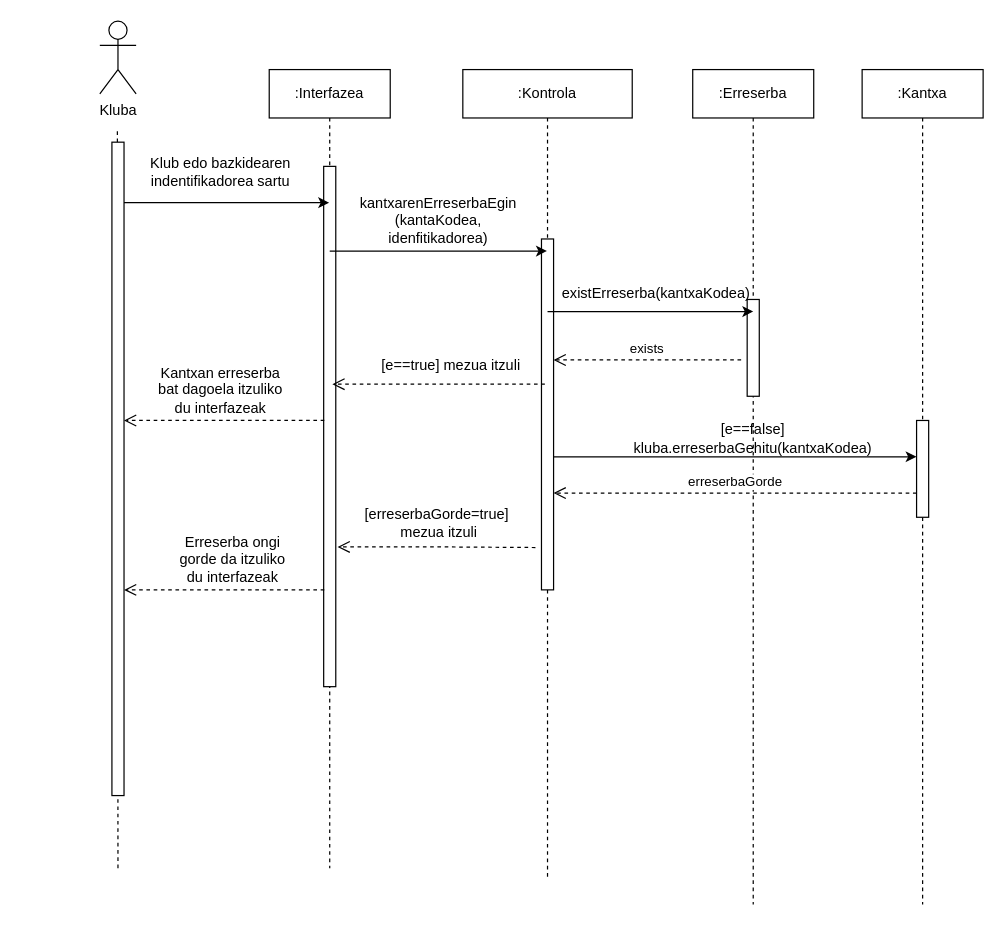
Earlier version of the draw.io diagram C#/Diagramak/C_SekuentziaDiagrama1.drawio (iguisado228/3Erronka). Source tidied: cells renumbered, new cells numbered last; positions are measured from the earlier drawing's top-left corner, leaving out a move shared by most shapes. Both pictures are drawn from the tidied source at 121%, with x=0, y=0 at pixel (99, 21).
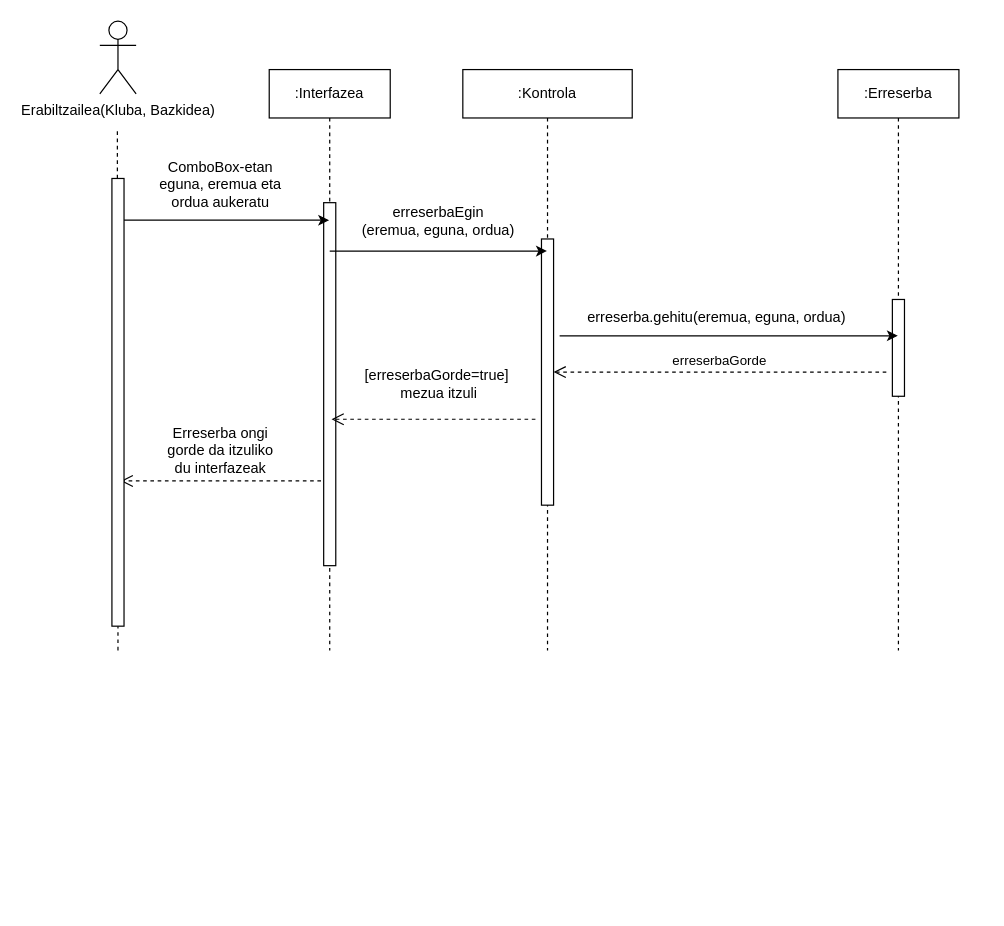
Above is the later version.

What changed in the source:
```diff
@@
     <mxCell id="2" value=":Interfazea" style="shape=umlLifeline;perimeter=lifelinePerimeter;whiteSpace=wrap;html=1;outlineConnect=0;portConstraint=eastwest;newEdgeStyle={&quot;curved&quot;:0,&quot;rounded&quot;:0};" parent="1" vertex="1">
-      <mxGeometry x="140" y="40" width="100" height="660" as="geometry" />
+      <mxGeometry x="140" y="40" width="100" height="480" as="geometry" />
     </mxCell>
     <mxCell id="3" style="html=1;perimeter=orthogonalPerimeter;targetShapes=umlLifeline;newEdgeStyle={&quot;curved&quot;:0,&quot;rounded&quot;:0};" parent="2" vertex="1">
-      <mxGeometry x="45" y="80" width="10" height="430" as="geometry" />
+      <mxGeometry x="45" y="110" width="10" height="300" as="geometry" />
     </mxCell>
     <mxCell id="4" value=":Kontrola" style="shape=umlLifeline;perimeter=lifelinePerimeter;whiteSpace=wrap;html=1;outlineConnect=0;portConstraint=eastwest;newEdgeStyle={&quot;curved&quot;:0,&quot;rounded&quot;:0};" parent="1" vertex="1">
-      <mxGeometry x="300" y="40" width="140" height="670" as="geometry" />
+      <mxGeometry x="300" y="40" width="140" height="480" as="geometry" />
     </mxCell>
     <mxCell id="5" style="html=1;points=[[0,0,0,0,5],[0,1,0,0,-5],[1,0,0,0,5],[1,1,0,0,-5]];perimeter=orthogonalPerimeter;outlineConnect=0;targetShapes=umlLifeline;portConstraint=eastwest;newEdgeStyle={&quot;curved&quot;:0,&quot;rounded&quot;:0};" parent="4" vertex="1">
-      <mxGeometry x="65" y="140" width="10" height="290" as="geometry" />
+      <mxGeometry x="65" y="140" width="10" height="220" as="geometry" />
     </mxCell>
     <mxCell id="6" value=":Erreserba" style="shape=umlLifeline;perimeter=lifelinePerimeter;whiteSpace=wrap;html=1;outlineConnect=0;portConstraint=eastwest;newEdgeStyle={&quot;curved&quot;:0,&quot;rounded&quot;:0};" parent="1" vertex="1">
-      <mxGeometry x="490" y="40" width="100" height="690" as="geometry" />
+      <mxGeometry x="610" y="40" width="100" height="480" as="geometry" />
     </mxCell>
@@
-    <mxCell id="8" value="Kluba" style="shape=umlActor;verticalLabelPosition=bottom;verticalAlign=top;html=1;" parent="1" vertex="1">
+    <mxCell id="8" value="Erabiltzailea(Kluba, Bazkidea)" style="shape=umlActor;verticalLabelPosition=bottom;verticalAlign=top;html=1;" parent="1" vertex="1">
       <mxGeometry width="30" height="60" as="geometry" />
     </mxCell>
-    <mxCell id="9" style="endArrow=none;dashed=1;html=1;rounded=0;" parent="1" edge="1">
+    <mxCell id="9" style="endArrow=none;dashed=1;html=1;rounded=0;" parent="1" edge="1" source="18">
       <mxGeometry relative="1" as="geometry">
-        <mxPoint x="15" y="700" as="sourcePoint" />
         <mxPoint x="14.5" y="90" as="targetPoint" />
       </mxGeometry>
     </mxCell>
-    <mxCell id="10" value=":Kantxa" style="shape=umlLifeline;perimeter=lifelinePerimeter;whiteSpace=wrap;html=1;newEdgeStyle={&quot;curved&quot;:0,&quot;rounded&quot;:0};" parent="1" vertex="1">
-      <mxGeometry x="630" y="40" width="100" height="690" as="geometry" />
-    </mxCell>
-    <mxCell id="11" style="html=1;points=[[0,0,0,0,5],[0,1,0,0,-5],[1,0,0,0,5],[1,1,0,0,-5]];perimeter=orthogonalPerimeter;outlineConnect=0;targetShapes=umlLifeline;portConstraint=eastwest;newEdgeStyle={&quot;curved&quot;:0,&quot;rounded&quot;:0};" parent="10" vertex="1">
-      <mxGeometry x="45" y="290" width="10" height="80" as="geometry" />
-    </mxCell>
-    <mxCell id="12" style="endArrow=classic;html=1;rounded=0;" parent="1" edge="1" target="2">
+    <mxCell id="12" style="endArrow=classic;html=1;rounded=0;" parent="1" edge="1">
       <mxGeometry relative="1" as="geometry">
-        <mxPoint x="20" y="150" as="sourcePoint" />
+        <mxPoint x="20" y="164.5" as="sourcePoint" />
+        <mxPoint x="189.5" y="164.5" as="targetPoint" />
       </mxGeometry>
     </mxCell>
-    <mxCell id="13" value="Klub edo bazkidearen indentifikadorea sartu" style="text;html=1;align=center;verticalAlign=middle;whiteSpace=wrap;rounded=0;" parent="1" vertex="1">
-      <mxGeometry x="40" y="110" width="120" height="30" as="geometry" />
+    <mxCell id="13" value="ComboBox-etan eguna, eremua eta ordua aukeratu" style="text;html=1;align=center;verticalAlign=middle;whiteSpace=wrap;rounded=0;" parent="1" vertex="1">
+      <mxGeometry x="40" y="120" width="120" height="30" as="geometry" />
     </mxCell>
@@
-    <mxCell id="15" value="kantxarenErreserbaEgin&lt;div&gt;(kantaKodea, idenfitikadorea)&lt;/div&gt;" style="text;html=1;align=center;verticalAlign=middle;whiteSpace=wrap;rounded=0;" parent="1" vertex="1">
+    <mxCell id="15" value="erreserbaEgin&lt;div&gt;(eremua, eguna, ordua)&lt;/div&gt;" style="text;html=1;align=center;verticalAlign=middle;whiteSpace=wrap;rounded=0;" parent="1" vertex="1">
       <mxGeometry x="210" y="150" width="140" height="30" as="geometry" />
     </mxCell>
-    <mxCell id="16" style="endArrow=classic;html=1;rounded=0;" parent="1" edge="1">
-      <mxGeometry relative="1" as="geometry">
-        <mxPoint x="370" y="240" as="sourcePoint" />
-        <mxPoint x="540" y="240" as="targetPoint" />
-      </mxGeometry>
-    </mxCell>
-    <mxCell id="17" value="existErreserba(kantxaKodea)" style="text;html=1;align=center;verticalAlign=middle;whiteSpace=wrap;rounded=0;" parent="1" vertex="1">
-      <mxGeometry x="430" y="210" width="60" height="30" as="geometry" />
-    </mxCell>
-    <mxCell id="18" style="html=1;points=[[0,0,0,0,5],[0,1,0,0,-5],[1,0,0,0,5],[1,1,0,0,-5]];perimeter=orthogonalPerimeter;outlineConnect=0;targetShapes=umlLifeline;portConstraint=eastwest;newEdgeStyle={&quot;curved&quot;:0,&quot;rounded&quot;:0};" parent="1" vertex="1">
-      <mxGeometry x="10" y="100" width="10" height="540" as="geometry" />
-    </mxCell>
-    <mxCell id="19" value="exists" style="html=1;verticalAlign=bottom;endArrow=open;dashed=1;endSize=8;curved=0;rounded=0;" parent="1" edge="1" target="5">
-      <mxGeometry relative="1" as="geometry">
-        <mxPoint x="530" y="280" as="sourcePoint" />
-        <Array as="points">
-          <mxPoint x="467" y="280" />
-        </Array>
-      </mxGeometry>
-    </mxCell>
-    <mxCell id="20" value="[e==true] mezua itzuli" style="text;html=1;align=center;verticalAlign=middle;strokeColor=none;fillColor=none;" parent="1" vertex="1">
-      <mxGeometry x="220" y="270" width="140" height="30" as="geometry" />
-    </mxCell>
-    <mxCell id="21" style="html=1;verticalAlign=bottom;endArrow=open;dashed=1;endSize=8;curved=0;rounded=0;" parent="1" edge="1">
-      <mxGeometry relative="1" as="geometry">
-        <mxPoint x="367.8" y="300" as="sourcePoint" />
-        <mxPoint x="192.2" y="300" as="targetPoint" />
-        <Array as="points">
-          <mxPoint x="304.8" y="300" />
-        </Array>
-      </mxGeometry>
-    </mxCell>
-    <mxCell id="22" style="html=1;verticalAlign=bottom;endArrow=open;dashed=1;endSize=8;curved=0;rounded=0;" parent="1" edge="1">
-      <mxGeometry relative="1" as="geometry">
-        <mxPoint x="185.5" y="330" as="sourcePoint" />
-        <mxPoint x="20" y="330" as="targetPoint" />
-        <Array as="points">
-          <mxPoint x="122.5" y="330" />
-        </Array>
-      </mxGeometry>
-    </mxCell>
-    <mxCell id="23" value="Kantxan erreserba bat dagoela itzuliko du interfazeak" style="text;html=1;align=center;verticalAlign=middle;whiteSpace=wrap;rounded=0;" parent="1" vertex="1">
-      <mxGeometry x="45" y="290" width="110" height="30" as="geometry" />
-    </mxCell>
-    <mxCell id="24" style="endArrow=classic;html=1;rounded=0;" parent="1" edge="1" target="11">
+    <mxCell id="24" style="endArrow=classic;html=1;rounded=0;" parent="1" edge="1" target="6">
       <mxGeometry relative="1" as="geometry">
-        <mxPoint x="375" y="360" as="sourcePoint" />
+        <mxPoint x="380" y="260" as="sourcePoint" />
       </mxGeometry>
     </mxCell>
-    <mxCell id="25" value="[e==false&lt;span style=&quot;text-wrap-mode: nowrap;&quot;&gt;]&lt;/span&gt;&lt;div&gt;&lt;span style=&quot;text-wrap-mode: nowrap;&quot;&gt;kluba.erreserbaGehitu(kantxaKodea)&lt;/span&gt;&lt;/div&gt;" style="text;html=1;align=center;verticalAlign=middle;whiteSpace=wrap;rounded=0;" parent="1" vertex="1">
-      <mxGeometry x="510" y="330" width="60" height="30" as="geometry" />
+    <mxCell id="25" value="&lt;div&gt;&lt;span style=&quot;text-wrap-mode: nowrap;&quot;&gt;erreserba.gehitu(eremua, eguna, ordua)&lt;/span&gt;&lt;/div&gt;" style="text;html=1;align=center;verticalAlign=middle;whiteSpace=wrap;rounded=0;" parent="1" vertex="1">
+      <mxGeometry x="480" y="230" width="60" height="30" as="geometry" />
     </mxCell>
-    <mxCell id="26" value="erreserbaGorde" style="html=1;verticalAlign=bottom;endArrow=open;dashed=1;endSize=8;curved=0;rounded=0;" parent="1" edge="1" target="5">
+    <mxCell id="26" value="erreserbaGorde" style="html=1;verticalAlign=bottom;endArrow=open;dashed=1;endSize=8;curved=0;rounded=0;" parent="1" edge="1">
       <mxGeometry relative="1" as="geometry">
-        <mxPoint x="675" y="390" as="sourcePoint" />
+        <mxPoint x="650" y="290" as="sourcePoint" />
+        <mxPoint x="375" y="290" as="targetPoint" />
         <Array as="points">
-          <mxPoint x="612" y="390" />
+          <mxPoint x="612" y="290" />
         </Array>
       </mxGeometry>
     </mxCell>
     <mxCell id="27" style="html=1;verticalAlign=bottom;endArrow=open;dashed=1;endSize=8;curved=0;rounded=0;" parent="1" edge="1">
       <mxGeometry relative="1" as="geometry">
-        <mxPoint x="360" y="435" as="sourcePoint" />
-        <mxPoint x="196.5" y="434.5" as="targetPoint" />
+        <mxPoint x="360" y="329" as="sourcePoint" />
+        <mxPoint x="191.5" y="329" as="targetPoint" />
         <Array as="points">
-          <mxPoint x="283.5" y="434.5" />
+          <mxPoint x="278.5" y="329" />
         </Array>
       </mxGeometry>
     </mxCell>
     <mxCell id="28" value="[erreserbaGorde=true]&amp;nbsp;&lt;div&gt;mezua itzuli&lt;/div&gt;" style="text;html=1;align=center;verticalAlign=middle;strokeColor=none;fillColor=none;" parent="1" vertex="1">
-      <mxGeometry x="205" y="395" width="150" height="40" as="geometry" />
+      <mxGeometry x="205" y="280" width="150" height="40" as="geometry" />
     </mxCell>
     <mxCell id="29" style="html=1;verticalAlign=bottom;endArrow=open;dashed=1;endSize=8;curved=0;rounded=0;" parent="1" edge="1">
       <mxGeometry relative="1" as="geometry">
-        <mxPoint x="185.5" y="470" as="sourcePoint" />
-        <mxPoint x="20" y="470" as="targetPoint" />
+        <mxPoint x="182.8" y="380" as="sourcePoint" />
+        <mxPoint x="17.2" y="380" as="targetPoint" />
         <Array as="points">
-          <mxPoint x="122.5" y="470" />
+          <mxPoint x="119.8" y="380" />
         </Array>
       </mxGeometry>
     </mxCell>
     <mxCell id="30" value="Erreserba ongi gorde da itzuliko du interfazeak" style="text;html=1;align=center;verticalAlign=middle;whiteSpace=wrap;rounded=0;" parent="1" vertex="1">
-      <mxGeometry x="65" y="430" width="90" height="30" as="geometry" />
+      <mxGeometry x="55" y="340" width="90" height="30" as="geometry" />
     </mxCell>
+    <mxCell id="31" style="endArrow=none;dashed=1;html=1;rounded=0;" parent="1" edge="1" target="18">
+      <mxGeometry relative="1" as="geometry">
+        <mxPoint x="15" y="520" as="sourcePoint" />
+      </mxGeometry>
+    </mxCell>
+    <mxCell id="18" style="html=1;points=[[0,0,0,0,5],[0,1,0,0,-5],[1,0,0,0,5],[1,1,0,0,-5]];perimeter=orthogonalPerimeter;outlineConnect=0;targetShapes=umlLifeline;portConstraint=eastwest;newEdgeStyle={&quot;curved&quot;:0,&quot;rounded&quot;:0};" parent="1" vertex="1">
+      <mxGeometry x="10" y="130" width="10" height="370" as="geometry" />
+    </mxCell>
```
